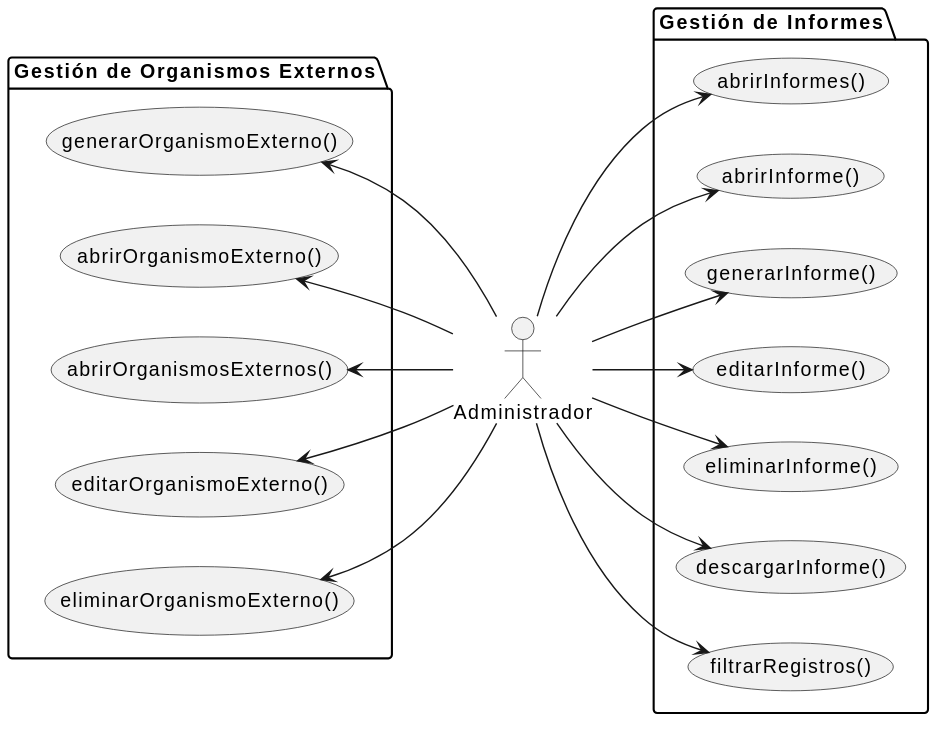
Above: images/01-actores-casos-uso/dimension-filtrado-informe/actores-casos-uso.svg in Angelo2272/26-27-IdSw1-SDR (PlantUML), before the change. The source it was exported from:
```plantuml
@startuml
left to right direction

actor "Administrador" as admin

package "Gestión de Organismos Externos" {
    usecase generarOrganismoExterno as "generarOrganismoExterno()"
    usecase abrirOrganismoExterno as "abrirOrganismoExterno()"
    usecase abrirOrganismosExternos as "abrirOrganismosExternos()"
    usecase editarOrganismoExterno as "editarOrganismoExterno()"
    usecase eliminarOrganismoExterno as "eliminarOrganismoExterno()"
}

package "Gestión de Informes" {
    usecase abrirInformes as "abrirInformes()"
    usecase abrirInforme as "abrirInforme()"
    usecase generarInforme as "generarInforme()"
    usecase editarInforme as "editarInforme()"
    usecase eliminarInforme as "eliminarInforme()"
    usecase descargarInforme as "descargarInforme()"
    usecase filtrarRegistros as "filtrarRegistros()"
}

generarOrganismoExterno <-- admin
abrirOrganismoExterno <-- admin
abrirOrganismosExternos <-- admin
editarOrganismoExterno <-- admin
eliminarOrganismoExterno <-- admin

admin --> abrirInformes
admin --> abrirInforme
admin --> generarInforme
admin --> editarInforme
admin --> eliminarInforme
admin --> descargarInforme
admin --> filtrarRegistros
@enduml
```
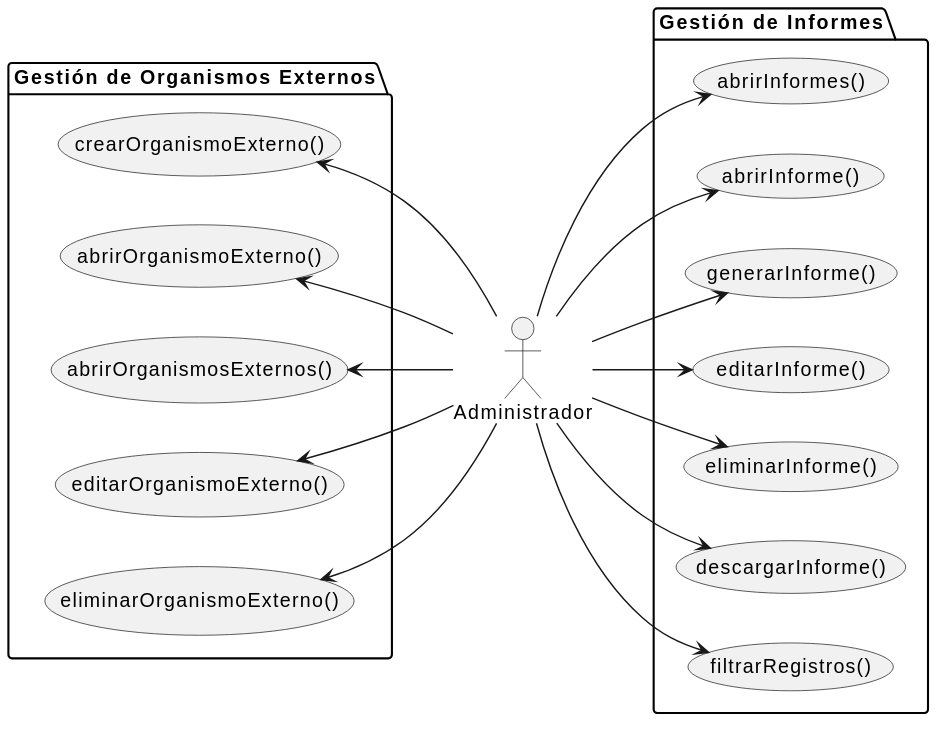
Later version of the same file.

Commit message:
fix: Imagen diagrama actores y casos de uso

What changed in the source:
```diff
@@ -4,7 +4,7 @@
 actor "Administrador" as admin
 
 package "Gestión de Organismos Externos" {
-    usecase generarOrganismoExterno as "generarOrganismoExterno()"
+    usecase generarOrganismoExterno as "crearOrganismoExterno()"
     usecase abrirOrganismoExterno as "abrirOrganismoExterno()"
     usecase abrirOrganismosExternos as "abrirOrganismosExternos()"
     usecase editarOrganismoExterno as "editarOrganismoExterno()"
```
